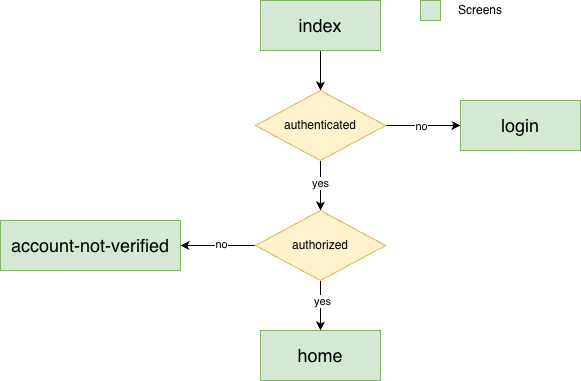
Earlier version of the draw.io export assets/images/login-diagram.drawio.png (mopitz199/budget-app). Source tidied: cells renumbered, new cells last; positions are measured from the earlier drawing's top-left corner, leaving out a move shared by most shapes. The source it was exported from:
```xml
<mxGraphModel>
  <root>
    <mxCell id="0" />
    <mxCell id="1" parent="0" />
    <mxCell id="2" style="edgeStyle=orthogonalEdgeStyle;rounded=0;jettySize=auto;html=1;" parent="1" edge="1" source="3" target="8">
      <mxGeometry relative="1" as="geometry" />
    </mxCell>
    <mxCell id="3" value="&lt;font style=&quot;font-size: 18px;&quot;&gt;index&lt;/font&gt;" style="rounded=0;whiteSpace=wrap;html=1;fillColor=#d5e8d4;strokeColor=#82b366;" parent="1" vertex="1">
      <mxGeometry x="260" width="120" height="50" as="geometry" />
    </mxCell>
    <mxCell id="4" style="edgeStyle=orthogonalEdgeStyle;rounded=0;jettySize=auto;html=1;entryX=0.5;entryY=0;entryDx=0;entryDy=0;" parent="1" edge="1" source="8" target="13">
      <mxGeometry relative="1" as="geometry" />
    </mxCell>
    <mxCell id="5" value="yes" style="edgeLabel;html=1;align=center;verticalAlign=middle;" parent="4" vertex="1">
      <mxGeometry x="-0.11" y="-1" relative="1" as="geometry" />
    </mxCell>
    <mxCell id="6" style="edgeStyle=orthogonalEdgeStyle;rounded=0;jettySize=auto;html=1;" parent="1" edge="1" source="8" target="14">
      <mxGeometry relative="1" as="geometry" />
    </mxCell>
    <mxCell id="7" value="no" style="edgeLabel;html=1;align=center;verticalAlign=middle;" parent="6" vertex="1">
      <mxGeometry x="-0.45" y="1" relative="1" as="geometry">
        <mxPoint x="14" y="1" as="offset" />
      </mxGeometry>
    </mxCell>
    <mxCell id="8" value="authenticated" style="rhombus;whiteSpace=wrap;html=1;fillColor=#fff2cc;strokeColor=#d6b656;" parent="1" vertex="1">
      <mxGeometry x="255" y="90" width="130" height="70" as="geometry" />
    </mxCell>
    <mxCell id="9" style="edgeStyle=orthogonalEdgeStyle;rounded=0;jettySize=auto;html=1;entryX=1;entryY=0.5;entryDx=0;entryDy=0;" parent="1" edge="1" source="13" target="15">
      <mxGeometry relative="1" as="geometry" />
    </mxCell>
    <mxCell id="10" value="no" style="edgeLabel;html=1;align=center;verticalAlign=middle;" parent="9" vertex="1">
      <mxGeometry x="-0.07" y="-2" relative="1" as="geometry" />
    </mxCell>
    <mxCell id="11" style="edgeStyle=orthogonalEdgeStyle;rounded=0;jettySize=auto;html=1;" parent="1" edge="1" source="13" target="16">
      <mxGeometry relative="1" as="geometry" />
    </mxCell>
    <mxCell id="12" value="yes" style="edgeLabel;html=1;align=center;verticalAlign=middle;" parent="11" vertex="1">
      <mxGeometry x="-0.2" y="1" relative="1" as="geometry" />
    </mxCell>
    <mxCell id="13" value="authorized" style="rhombus;whiteSpace=wrap;html=1;fillColor=#fff2cc;strokeColor=#d6b656;" parent="1" vertex="1">
      <mxGeometry x="255" y="210" width="130" height="70" as="geometry" />
    </mxCell>
    <mxCell id="14" value="&lt;font style=&quot;font-size: 18px;&quot;&gt;login&lt;/font&gt;" style="rounded=0;whiteSpace=wrap;html=1;fillColor=#d5e8d4;strokeColor=#82b366;" parent="1" vertex="1">
      <mxGeometry x="460" y="100" width="120" height="50" as="geometry" />
    </mxCell>
    <mxCell id="15" value="&lt;font style=&quot;font-size: 18px;&quot;&gt;account-not-verified&lt;/font&gt;" style="rounded=0;whiteSpace=wrap;html=1;fillColor=#d5e8d4;strokeColor=#82b366;" parent="1" vertex="1">
      <mxGeometry y="220" width="180" height="50" as="geometry" />
    </mxCell>
    <mxCell id="16" value="&lt;font style=&quot;font-size: 18px;&quot;&gt;home&lt;/font&gt;" style="rounded=0;whiteSpace=wrap;html=1;fillColor=#d5e8d4;strokeColor=#82b366;" parent="1" vertex="1">
      <mxGeometry x="260" y="330" width="120" height="50" as="geometry" />
    </mxCell>
    <mxCell id="17" style="rounded=0;whiteSpace=wrap;html=1;fillColor=#d5e8d4;strokeColor=#82b366;" parent="1" vertex="1">
      <mxGeometry x="420" width="20" height="20" as="geometry" />
    </mxCell>
    <mxCell id="18" value="Screens" style="text;html=1;whiteSpace=wrap;strokeColor=none;fillColor=none;align=center;verticalAlign=middle;rounded=0;" parent="1" vertex="1">
      <mxGeometry x="450" y="2.5" width="60" height="15" as="geometry" />
    </mxCell>
  </root>
</mxGraphModel>
```
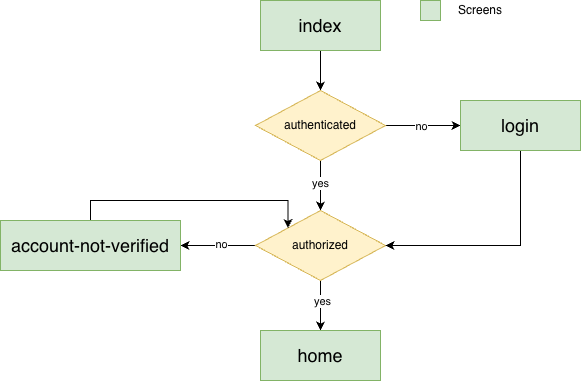
After the change.

Commit message:
update login diagram

Change to the diagram source:
```diff
@@ -14,7 +14,7 @@
     <mxCell id="5" value="yes" style="edgeLabel;html=1;align=center;verticalAlign=middle;" parent="4" vertex="1">
       <mxGeometry x="-0.11" y="-1" relative="1" as="geometry" />
     </mxCell>
-    <mxCell id="6" style="edgeStyle=orthogonalEdgeStyle;rounded=0;jettySize=auto;html=1;" parent="1" edge="1" source="8" target="14">
+    <mxCell id="6" style="edgeStyle=orthogonalEdgeStyle;rounded=0;jettySize=auto;html=1;" parent="1" edge="1" source="8" target="15">
       <mxGeometry relative="1" as="geometry" />
     </mxCell>
     <mxCell id="7" value="no" style="edgeLabel;html=1;align=center;verticalAlign=middle;" parent="6" vertex="1">
@@ -25,13 +25,13 @@
     <mxCell id="8" value="authenticated" style="rhombus;whiteSpace=wrap;html=1;fillColor=#fff2cc;strokeColor=#d6b656;" parent="1" vertex="1">
       <mxGeometry x="255" y="90" width="130" height="70" as="geometry" />
     </mxCell>
-    <mxCell id="9" style="edgeStyle=orthogonalEdgeStyle;rounded=0;jettySize=auto;html=1;entryX=1;entryY=0.5;entryDx=0;entryDy=0;" parent="1" edge="1" source="13" target="15">
+    <mxCell id="9" style="edgeStyle=orthogonalEdgeStyle;rounded=0;jettySize=auto;html=1;entryX=1;entryY=0.5;entryDx=0;entryDy=0;" parent="1" edge="1" source="13" target="17">
       <mxGeometry relative="1" as="geometry" />
     </mxCell>
     <mxCell id="10" value="no" style="edgeLabel;html=1;align=center;verticalAlign=middle;" parent="9" vertex="1">
       <mxGeometry x="-0.07" y="-2" relative="1" as="geometry" />
     </mxCell>
-    <mxCell id="11" style="edgeStyle=orthogonalEdgeStyle;rounded=0;jettySize=auto;html=1;" parent="1" edge="1" source="13" target="16">
+    <mxCell id="11" style="edgeStyle=orthogonalEdgeStyle;rounded=0;jettySize=auto;html=1;" parent="1" edge="1" source="13" target="18">
       <mxGeometry relative="1" as="geometry" />
     </mxCell>
     <mxCell id="12" value="yes" style="edgeLabel;html=1;align=center;verticalAlign=middle;" parent="11" vertex="1">
@@ -40,20 +40,31 @@
     <mxCell id="13" value="authorized" style="rhombus;whiteSpace=wrap;html=1;fillColor=#fff2cc;strokeColor=#d6b656;" parent="1" vertex="1">
       <mxGeometry x="255" y="210" width="130" height="70" as="geometry" />
     </mxCell>
-    <mxCell id="14" value="&lt;font style=&quot;font-size: 18px;&quot;&gt;login&lt;/font&gt;" style="rounded=0;whiteSpace=wrap;html=1;fillColor=#d5e8d4;strokeColor=#82b366;" parent="1" vertex="1">
-      <mxGeometry x="460" y="100" width="120" height="50" as="geometry" />
+    <mxCell id="14" style="edgeStyle=orthogonalEdgeStyle;rounded=0;jettySize=auto;html=1;entryX=1;entryY=0.5;entryDx=0;entryDy=0;exitX=0.5;exitY=1;exitDx=0;exitDy=0;" parent="1" edge="1" source="15" target="13">
+      <mxGeometry relative="1" as="geometry" />
     </mxCell>
-    <mxCell id="15" value="&lt;font style=&quot;font-size: 18px;&quot;&gt;account-not-verified&lt;/font&gt;" style="rounded=0;whiteSpace=wrap;html=1;fillColor=#d5e8d4;strokeColor=#82b366;" parent="1" vertex="1">
-      <mxGeometry y="220" width="180" height="50" as="geometry" />
+    <mxCell id="15" value="&lt;font style=&quot;font-size: 18px;&quot;&gt;login&lt;/font&gt;" style="rounded=0;whiteSpace=wrap;html=1;fillColor=#d5e8d4;strokeColor=#82b366;" parent="1" vertex="1">
+      <mxGeometry x="460" y="100" width="120" height="50" as="geometry" />
     </mxCell>
-    <mxCell id="16" value="&lt;font style=&quot;font-size: 18px;&quot;&gt;home&lt;/font&gt;" style="rounded=0;whiteSpace=wrap;html=1;fillColor=#d5e8d4;strokeColor=#82b366;" parent="1" vertex="1">
-      <mxGeometry x="260" y="330" width="120" height="50" as="geometry" />
+    <mxCell id="16" style="edgeStyle=orthogonalEdgeStyle;rounded=0;jettySize=auto;html=1;entryX=0;entryY=0;entryDx=0;entryDy=0;exitX=0.5;exitY=0;exitDx=0;exitDy=0;" parent="1" edge="1" source="17" target="13">
+      <mxGeometry relative="1" as="geometry">
+        <Array as="points">
+          <mxPoint x="90" y="200" />
+          <mxPoint x="288" y="200" />
+        </Array>
+      </mxGeometry>
     </mxCell>
-    <mxCell id="17" style="rounded=0;whiteSpace=wrap;html=1;fillColor=#d5e8d4;strokeColor=#82b366;" parent="1" vertex="1">
-      <mxGeometry x="420" width="20" height="20" as="geometry" />
+    <mxCell id="17" value="&lt;font style=&quot;font-size: 18px;&quot;&gt;account-not-verified&lt;/font&gt;" style="rounded=0;whiteSpace=wrap;html=1;fillColor=#d5e8d4;strokeColor=#82b366;" parent="1" vertex="1">
+      <mxGeometry y="220" width="180" height="50" as="geometry" />
     </mxCell>
-    <mxCell id="18" value="Screens" style="text;html=1;whiteSpace=wrap;strokeColor=none;fillColor=none;align=center;verticalAlign=middle;rounded=0;" parent="1" vertex="1">
-      <mxGeometry x="450" y="2.5" width="60" height="15" as="geometry" />
+    <mxCell id="18" value="&lt;font style=&quot;font-size: 18px;&quot;&gt;home&lt;/font&gt;" style="rounded=0;whiteSpace=wrap;html=1;fillColor=#d5e8d4;strokeColor=#82b366;" parent="1" vertex="1">
+      <mxGeometry x="260" y="330" width="120" height="50" as="geometry" />
     </mxCell>
+    <mxCell id="19" style="rounded=0;whiteSpace=wrap;html=1;fillColor=#d5e8d4;strokeColor=#82b366;" parent="1" vertex="1">
+      <mxGeometry x="420" width="20" height="20" as="geometry" />
+    </mxCell>
+    <mxCell id="20" value="Screens" style="text;html=1;whiteSpace=wrap;strokeColor=none;fillColor=none;align=center;verticalAlign=middle;rounded=0;" parent="1" vertex="1">
+      <mxGeometry x="450" y="2.5" width="60" height="15" as="geometry" />
+    </mxCell>
   </root>
 </mxGraphModel>
```
